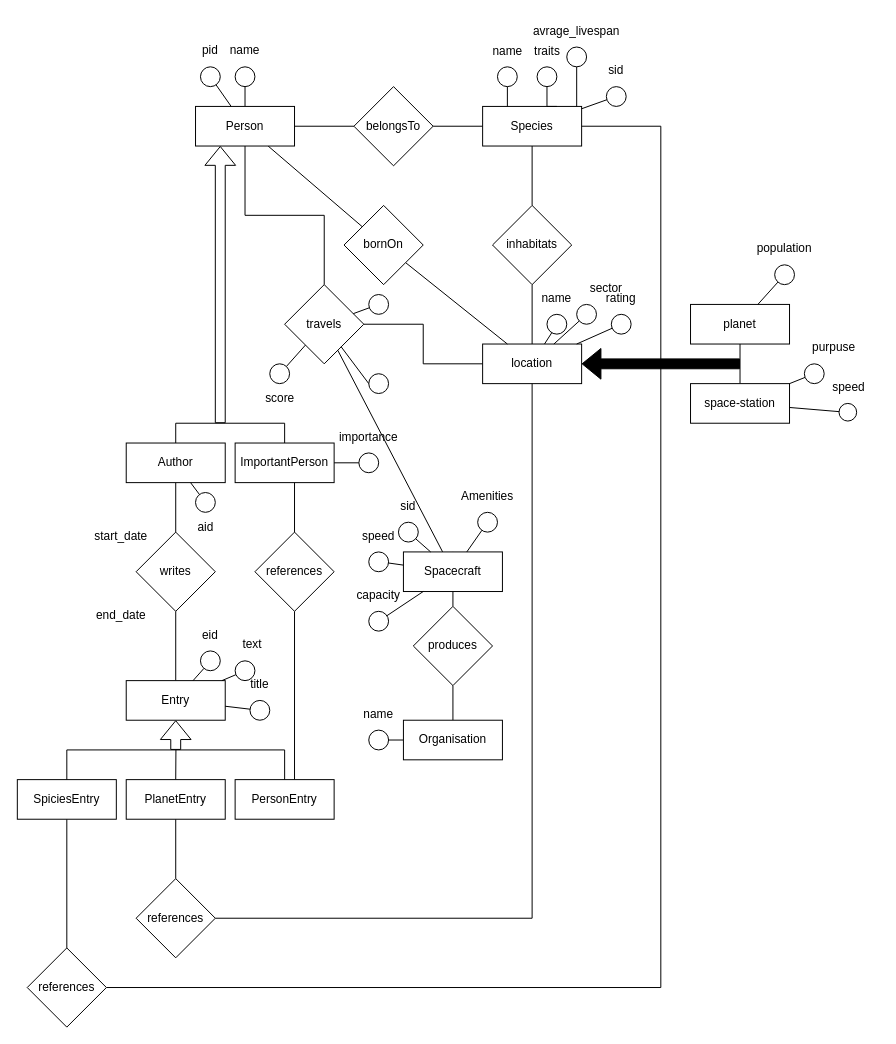
Above: er-introduction-to-db.drawio in MassimiIiano/hhgttg-db (draw.io), before the change. Source tidied: cells renumbered, new cells numbered last; positions are measured from the earlier drawing's top-left corner, leaving out a move shared by most shapes. Both pictures are drawn from the tidied source at 99%, with x=0, y=0 at pixel (17, 17).
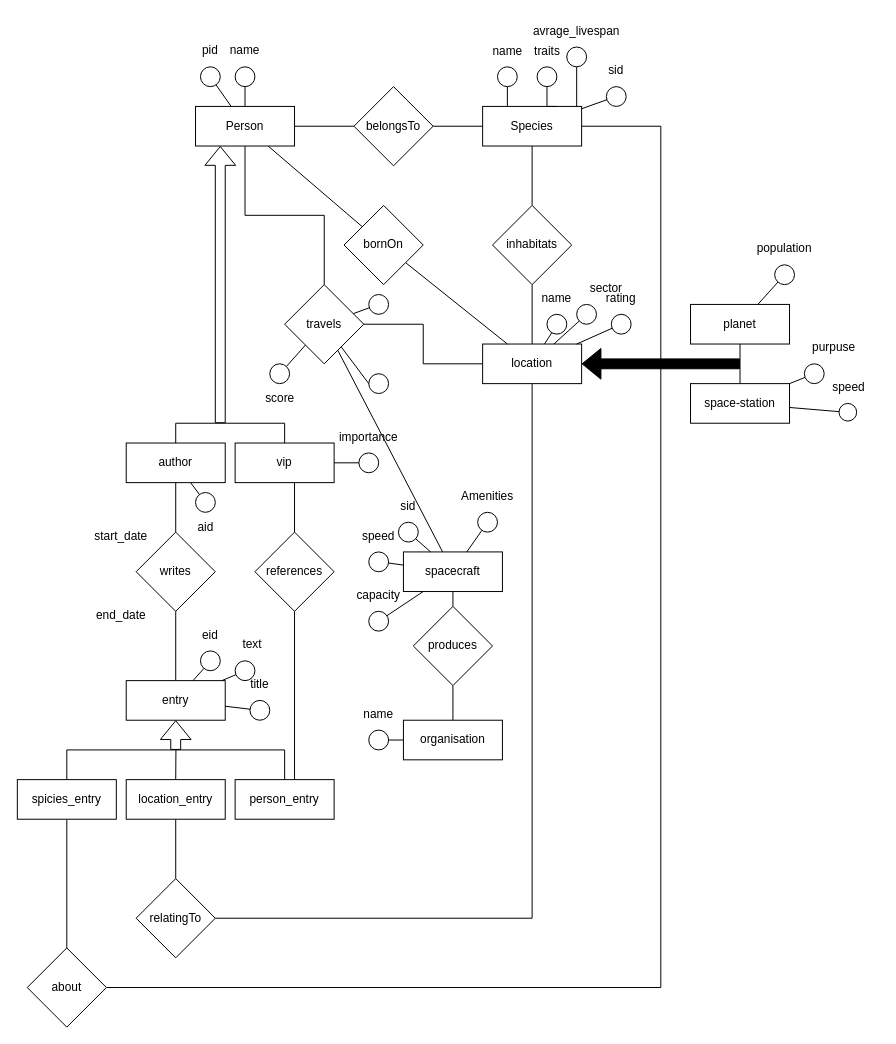
The same diagram, later.

Change to the diagram source:
```diff
@@
-    <mxCell id="40" value="Author" style="whiteSpace=wrap;html=1;align=center;rounded=0;strokeColor=default;verticalAlign=middle;fontFamily=Helvetica;fontSize=12;fontColor=default;fillColor=default;" parent="1" vertex="1">
+    <mxCell id="40" value="author" style="whiteSpace=wrap;html=1;align=center;rounded=0;strokeColor=default;verticalAlign=middle;fontFamily=Helvetica;fontSize=12;fontColor=default;fillColor=default;" parent="1" vertex="1">
       <mxGeometry x="110" y="430" width="100" height="40" as="geometry" />
     </mxCell>
@@
-    <mxCell id="43" value="ImportantPerson" style="whiteSpace=wrap;html=1;align=center;rounded=0;strokeColor=default;verticalAlign=middle;fontFamily=Helvetica;fontSize=12;fontColor=default;fillColor=default;" parent="1" vertex="1">
+    <mxCell id="43" value="vip" style="whiteSpace=wrap;html=1;align=center;rounded=0;strokeColor=default;verticalAlign=middle;fontFamily=Helvetica;fontSize=12;fontColor=default;fillColor=default;" parent="1" vertex="1">
       <mxGeometry x="220" y="430" width="100" height="40" as="geometry" />
     </mxCell>
@@
-    <mxCell id="46" value="Organisation" style="whiteSpace=wrap;html=1;align=center;rounded=0;strokeColor=default;verticalAlign=middle;fontFamily=Helvetica;fontSize=12;fontColor=default;fillColor=default;" parent="1" vertex="1">
+    <mxCell id="46" value="organisation" style="whiteSpace=wrap;html=1;align=center;rounded=0;strokeColor=default;verticalAlign=middle;fontFamily=Helvetica;fontSize=12;fontColor=default;fillColor=default;" parent="1" vertex="1">
       <mxGeometry x="390" y="710" width="100" height="40" as="geometry" />
     </mxCell>
@@
-    <mxCell id="50" value="Spacecraft" style="whiteSpace=wrap;html=1;align=center;rounded=0;strokeColor=default;verticalAlign=middle;fontFamily=Helvetica;fontSize=12;fontColor=default;fillColor=default;" parent="1" vertex="1">
+    <mxCell id="50" value="spacecraft" style="whiteSpace=wrap;html=1;align=center;rounded=0;strokeColor=default;verticalAlign=middle;fontFamily=Helvetica;fontSize=12;fontColor=default;fillColor=default;" parent="1" vertex="1">
       <mxGeometry x="390" y="540" width="100" height="40" as="geometry" />
     </mxCell>
@@
-    <mxCell id="67" value="Entry" style="whiteSpace=wrap;html=1;align=center;rounded=0;strokeColor=default;verticalAlign=middle;fontFamily=Helvetica;fontSize=12;fontColor=default;fillColor=default;" parent="1" vertex="1">
+    <mxCell id="67" value="entry" style="whiteSpace=wrap;html=1;align=center;rounded=0;strokeColor=default;verticalAlign=middle;fontFamily=Helvetica;fontSize=12;fontColor=default;fillColor=default;" parent="1" vertex="1">
       <mxGeometry x="110" y="670" width="100" height="40" as="geometry" />
     </mxCell>
@@
-    <mxCell id="72" value="SpiciesEntry" style="whiteSpace=wrap;html=1;align=center;rounded=0;strokeColor=default;verticalAlign=middle;fontFamily=Helvetica;fontSize=12;fontColor=default;fillColor=default;" parent="1" vertex="1">
+    <mxCell id="72" value="spicies_entry" style="whiteSpace=wrap;html=1;align=center;rounded=0;strokeColor=default;verticalAlign=middle;fontFamily=Helvetica;fontSize=12;fontColor=default;fillColor=default;" parent="1" vertex="1">
       <mxGeometry y="770" width="100" height="40" as="geometry" />
     </mxCell>
@@
-    <mxCell id="75" value="PlanetEntry" style="whiteSpace=wrap;html=1;align=center;rounded=0;strokeColor=default;verticalAlign=middle;fontFamily=Helvetica;fontSize=12;fontColor=default;fillColor=default;" parent="1" vertex="1">
+    <mxCell id="75" value="location_entry" style="whiteSpace=wrap;html=1;align=center;rounded=0;strokeColor=default;verticalAlign=middle;fontFamily=Helvetica;fontSize=12;fontColor=default;fillColor=default;" parent="1" vertex="1">
       <mxGeometry x="110" y="770" width="100" height="40" as="geometry" />
     </mxCell>
@@
-    <mxCell id="77" value="PersonEntry" style="whiteSpace=wrap;html=1;align=center;rounded=0;strokeColor=default;verticalAlign=middle;fontFamily=Helvetica;fontSize=12;fontColor=default;fillColor=default;" parent="1" vertex="1">
+    <mxCell id="77" value="person_entry" style="whiteSpace=wrap;html=1;align=center;rounded=0;strokeColor=default;verticalAlign=middle;fontFamily=Helvetica;fontSize=12;fontColor=default;fillColor=default;" parent="1" vertex="1">
       <mxGeometry x="220" y="770" width="100" height="40" as="geometry" />
     </mxCell>
@@
-    <mxCell id="93" value="references" style="rhombus;whiteSpace=wrap;html=1;rounded=0;" parent="1" vertex="1">
+    <mxCell id="93" value="relatingTo" style="rhombus;whiteSpace=wrap;html=1;rounded=0;" parent="1" vertex="1">
       <mxGeometry x="120" y="870" width="80" height="80" as="geometry" />
     </mxCell>
@@
-    <mxCell id="95" value="references" style="rhombus;whiteSpace=wrap;html=1;rounded=0;" parent="1" vertex="1">
+    <mxCell id="95" value="about" style="rhombus;whiteSpace=wrap;html=1;rounded=0;" parent="1" vertex="1">
       <mxGeometry x="10" y="940" width="80" height="80" as="geometry" />
     </mxCell>
```
